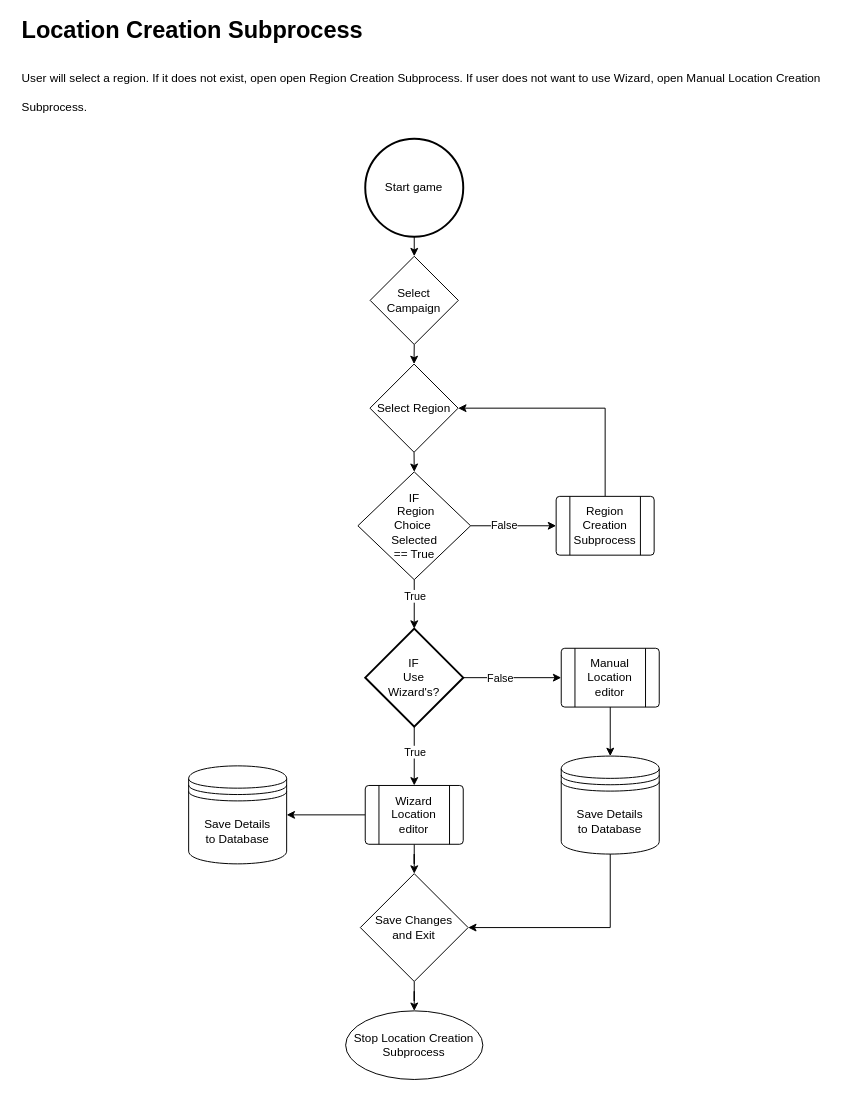
The draw.io diagram Phase2/Flowcharts/modgodToolset/ModGod/Creation/Location/ModGodLocationCreation.drawio in RPG-Research/bcirpg, before the edit. Source tidied: cells renumbered, new cells numbered last; positions are measured from the earlier drawing's top-left corner, leaving out a move shared by most shapes. Both pictures are drawn from the tidied source at 98%, with x=0, y=0 at pixel (17, 26).
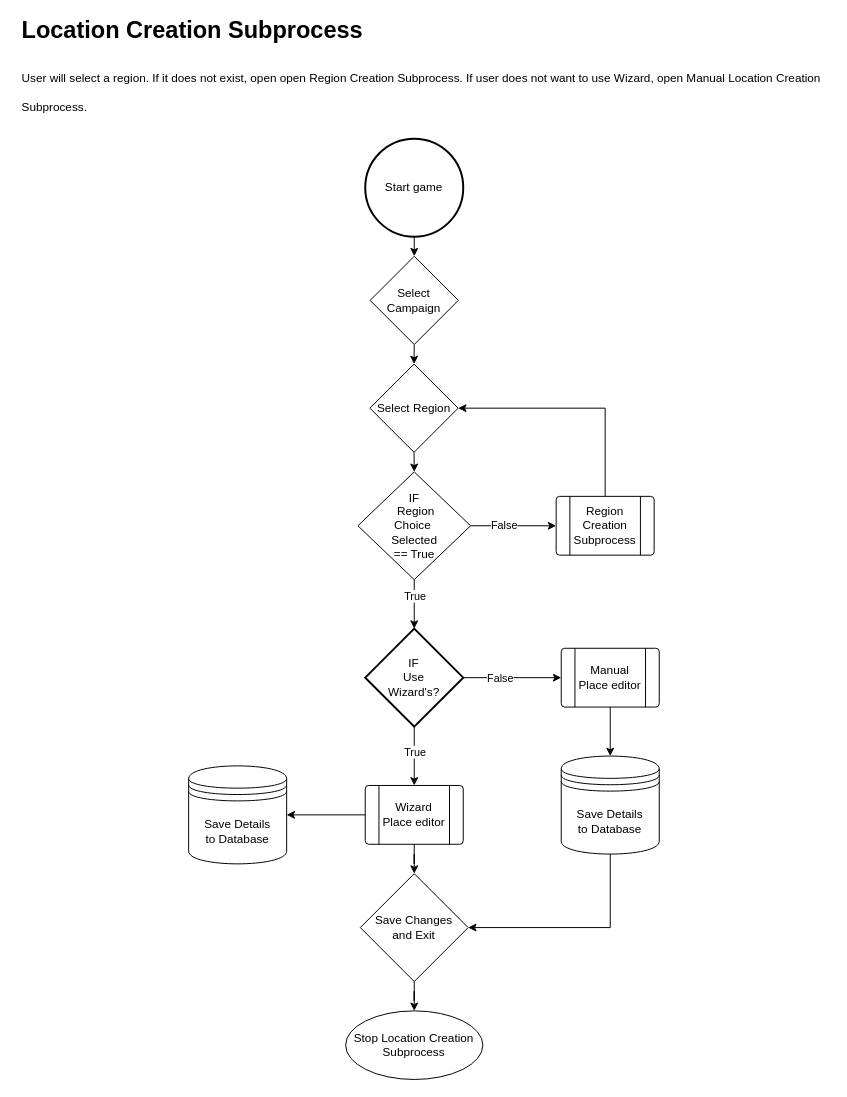
The same diagram, later.

The edit, as a diff of the source:
```diff
@@
-    <mxCell id="19" value="Wizard&lt;br&gt;Location editor" style="verticalLabelPosition=middle;verticalAlign=middle;html=1;shape=process;whiteSpace=wrap;rounded=1;size=0.14;arcSize=6;labelPosition=center;align=center;" parent="1" vertex="1">
+    <mxCell id="19" value="Wizard&lt;br&gt;Place editor" style="verticalLabelPosition=middle;verticalAlign=middle;html=1;shape=process;whiteSpace=wrap;rounded=1;size=0.14;arcSize=6;labelPosition=center;align=center;" parent="1" vertex="1">
       <mxGeometry x="355.2" y="774" width="100" height="60" as="geometry" />
     </mxCell>
@@
-    <mxCell id="26" value="Manual&lt;br&gt;Location editor" style="verticalLabelPosition=middle;verticalAlign=middle;html=1;shape=process;whiteSpace=wrap;rounded=1;size=0.14;arcSize=6;labelPosition=center;align=center;" parent="1" vertex="1">
+    <mxCell id="26" value="Manual&lt;br&gt;Place editor" style="verticalLabelPosition=middle;verticalAlign=middle;html=1;shape=process;whiteSpace=wrap;rounded=1;size=0.14;arcSize=6;labelPosition=center;align=center;" parent="1" vertex="1">
       <mxGeometry x="555.2" y="634" width="100" height="60" as="geometry" />
     </mxCell>
```
